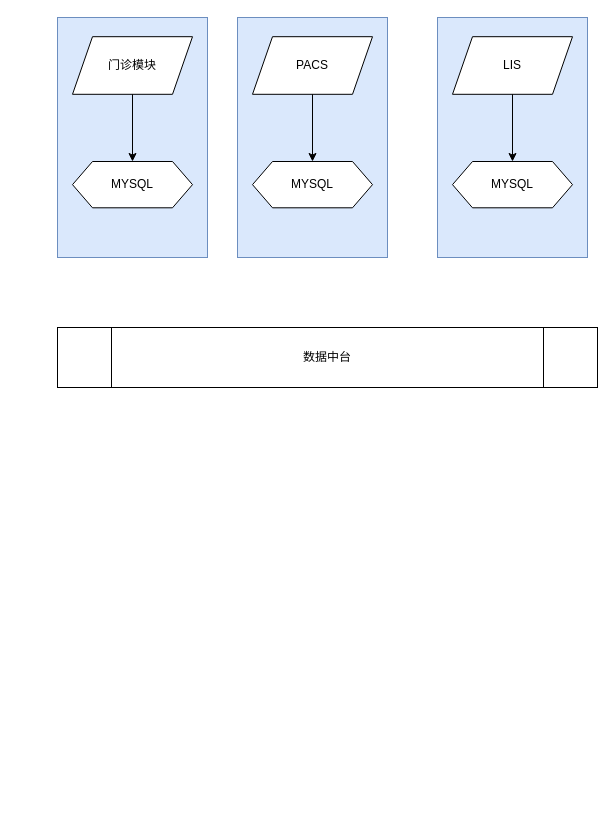
Earlier version of the draw.io diagram page "数据中台" (2 of 3) of picture/xintong.drawio (cruecrue/javastudy). Source tidied: cells renumbered, new cells numbered last; positions are measured from the earlier drawing's top-left corner, leaving out a move shared by most shapes. Both pictures are drawn from the tidied source at 100%, with x=0, y=0 at pixel (57, 17).
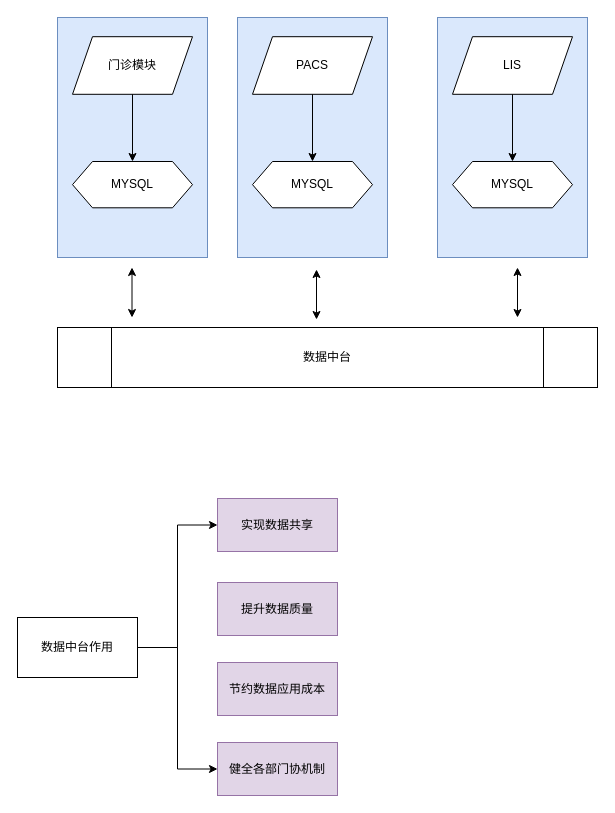
Above is the later version.

Diff of the diagram source:
```diff
@@
+    <mxCell id="18" style="endArrow=classic;startArrow=classic;html=1;rounded=0;" parent="1" edge="1">
+      <mxGeometry relative="1" as="geometry">
+        <mxPoint x="74.5" y="250" as="sourcePoint" />
+        <mxPoint x="74.5" y="300" as="targetPoint" />
+      </mxGeometry>
+    </mxCell>
+    <mxCell id="19" style="endArrow=classic;startArrow=classic;html=1;rounded=0;" parent="1" edge="1">
+      <mxGeometry relative="1" as="geometry">
+        <mxPoint x="259" y="252" as="sourcePoint" />
+        <mxPoint x="259" y="302" as="targetPoint" />
+      </mxGeometry>
+    </mxCell>
+    <mxCell id="20" style="endArrow=classic;startArrow=classic;html=1;rounded=0;" parent="1" edge="1">
+      <mxGeometry relative="1" as="geometry">
+        <mxPoint x="460" y="250" as="sourcePoint" />
+        <mxPoint x="460" y="300" as="targetPoint" />
+      </mxGeometry>
+    </mxCell>
+    <mxCell id="21" style="edgeStyle=orthogonalEdgeStyle;rounded=0;jettySize=auto;html=1;entryX=0;entryY=0.5;entryDx=0;entryDy=0;" parent="1" edge="1" source="23" target="27">
+      <mxGeometry relative="1" as="geometry" />
+    </mxCell>
+    <mxCell id="22" style="edgeStyle=orthogonalEdgeStyle;rounded=0;jettySize=auto;html=1;entryX=0;entryY=0.5;entryDx=0;entryDy=0;" parent="1" edge="1" source="23" target="26">
+      <mxGeometry relative="1" as="geometry" />
+    </mxCell>
+    <mxCell id="23" value="数据中台作用" style="rounded=0;whiteSpace=wrap;html=1;" parent="1" vertex="1">
+      <mxGeometry x="-40" y="600" width="120" height="60" as="geometry" />
+    </mxCell>
+    <mxCell id="24" value="提升数据质量" style="rounded=0;whiteSpace=wrap;html=1;fillColor=#e1d5e7;strokeColor=#9673a6;" parent="1" vertex="1">
+      <mxGeometry x="160" y="565" width="120" height="53" as="geometry" />
+    </mxCell>
+    <mxCell id="25" value="节约数据应用成本" style="rounded=0;whiteSpace=wrap;html=1;fillColor=#e1d5e7;strokeColor=#9673a6;" parent="1" vertex="1">
+      <mxGeometry x="160" y="645" width="120" height="53" as="geometry" />
+    </mxCell>
+    <mxCell id="26" value="健全各部门协机制" style="rounded=0;whiteSpace=wrap;html=1;fillColor=#e1d5e7;strokeColor=#9673a6;" parent="1" vertex="1">
+      <mxGeometry x="160" y="725" width="120" height="53" as="geometry" />
+    </mxCell>
+    <mxCell id="27" value="实现数据共享" style="rounded=0;whiteSpace=wrap;html=1;fillColor=#e1d5e7;strokeColor=#9673a6;" parent="1" vertex="1">
+      <mxGeometry x="160" y="481" width="120" height="53" as="geometry" />
+    </mxCell>
```
